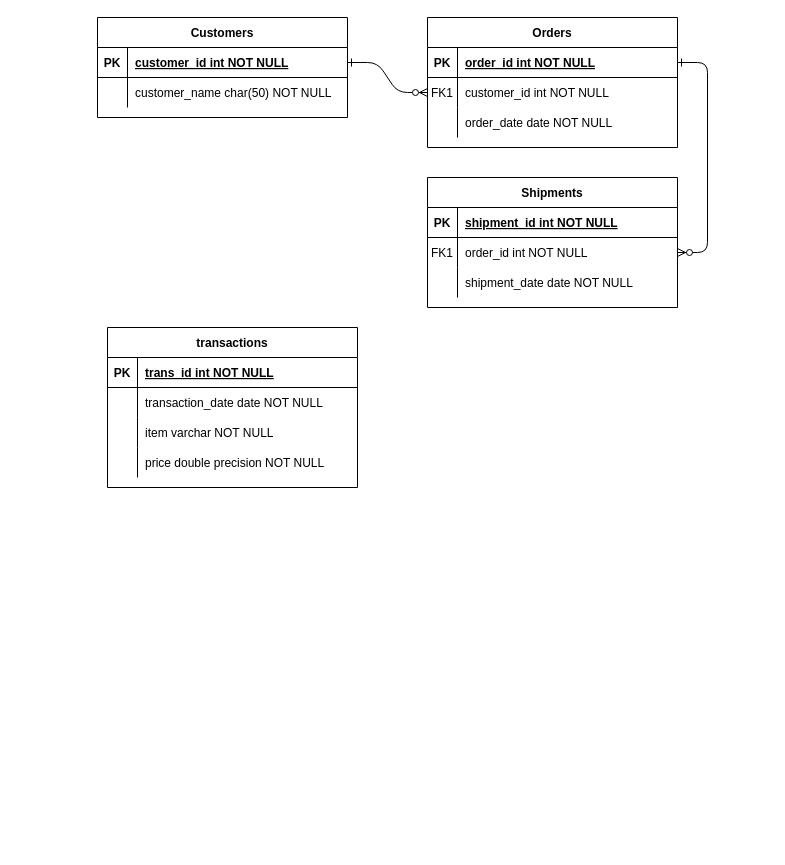
Before: budget_ERD.drawio in L-Bauer/budget-tracker, a draw.io diagram. Source tidied: cells renumbered, new cells numbered last; positions are measured from the earlier drawing's top-left corner, leaving out a move shared by most shapes. Both pictures are drawn from the tidied source at 100%, with x=0, y=0 at pixel (97, 17).
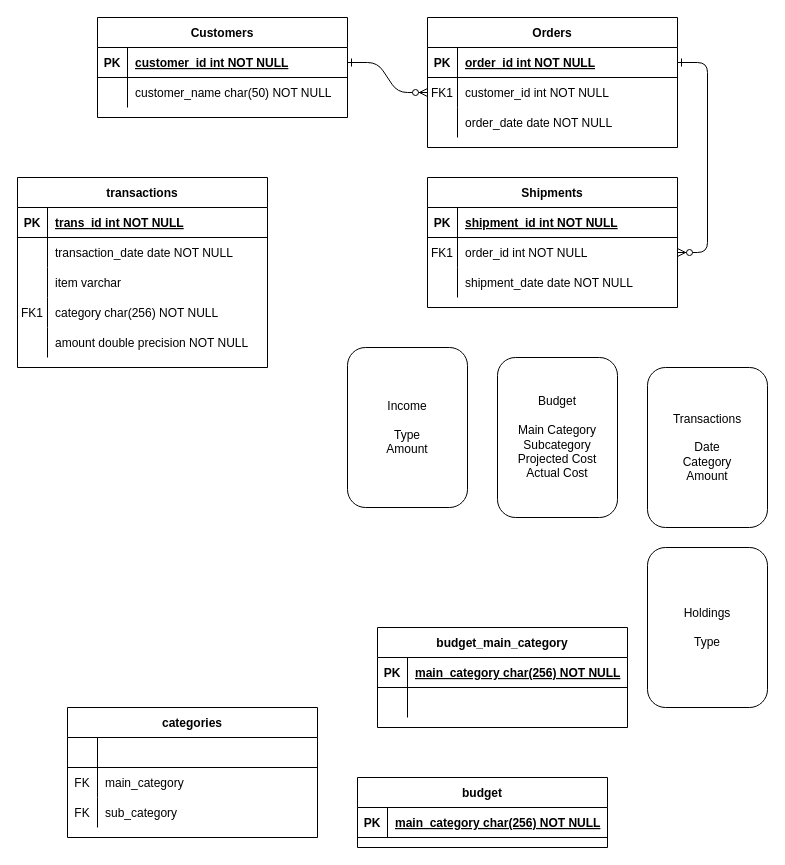
The same page after the edit.

Unchanged cells that the change refers to:
```xml
<mxCell id="38" style="shape=partialRectangle;fillColor=none;top=0;left=0;right=0;bottom=0;" parent="31" vertex="1">
  <mxGeometry y="90" width="250" height="30" as="geometry" />
</mxCell>
```

Diff of the diagram source:
```diff
@@
     <mxCell id="31" value="transactions" style="shape=table;startSize=30;childLayout=tableLayout;rowLines=0;fontStyle=1;align=center;" parent="1" vertex="1">
-      <mxGeometry x="10" y="310" width="250" height="160" as="geometry" />
+      <mxGeometry x="-80" y="160" width="250" height="190" as="geometry" />
     </mxCell>
@@
-    <mxCell id="40" value="item varchar NOT NULL" style="shape=partialRectangle;overflow=hidden;fillColor=none;top=0;left=0;bottom=0;right=0;align=left;spacingLeft=6;" parent="38" vertex="1">
+    <mxCell id="40" value="item varchar " style="shape=partialRectangle;overflow=hidden;fillColor=none;top=0;left=0;bottom=0;right=0;align=left;spacingLeft=6;" parent="38" vertex="1">
       <mxGeometry x="30" width="220" height="30" as="geometry" />
     </mxCell>
+    <mxCell id="44" style="shape=partialRectangle;fillColor=none;top=0;left=0;right=0;bottom=0;" parent="31" vertex="1">
+      <mxGeometry y="120" width="250" height="30" as="geometry" />
+    </mxCell>
+    <mxCell id="45" value="FK1" style="shape=partialRectangle;overflow=hidden;fillColor=none;top=0;left=0;bottom=0;right=0;" parent="44" vertex="1">
+      <mxGeometry width="30" height="30" as="geometry" />
+    </mxCell>
+    <mxCell id="46" value="category char(256) NOT NULL" style="shape=partialRectangle;overflow=hidden;fillColor=none;top=0;left=0;bottom=0;right=0;align=left;spacingLeft=6;" parent="44" vertex="1">
+      <mxGeometry x="30" width="220" height="30" as="geometry" />
+    </mxCell>
     <mxCell id="41" style="shape=partialRectangle;fillColor=none;top=0;left=0;right=0;bottom=0;" parent="31" vertex="1">
-      <mxGeometry y="120" width="250" height="30" as="geometry" />
+      <mxGeometry y="150" width="250" height="30" as="geometry" />
     </mxCell>
@@
-    <mxCell id="43" value="price double precision NOT NULL" style="shape=partialRectangle;overflow=hidden;fillColor=none;top=0;left=0;bottom=0;right=0;align=left;spacingLeft=6;" parent="41" vertex="1">
+    <mxCell id="43" value="amount double precision NOT NULL" style="shape=partialRectangle;overflow=hidden;fillColor=none;top=0;left=0;bottom=0;right=0;align=left;spacingLeft=6;" parent="41" vertex="1">
       <mxGeometry x="30" width="220" height="30" as="geometry" />
     </mxCell>
+    <mxCell id="47" value="Budget&lt;br&gt;&lt;br&gt;Main Category&lt;br&gt;Subcategory&lt;br&gt;Projected Cost&lt;br&gt;Actual Cost" style="rounded=1;whiteSpace=wrap;html=1;" parent="1" vertex="1">
+      <mxGeometry x="400" y="340" width="120" height="160" as="geometry" />
+    </mxCell>
+    <mxCell id="48" value="Income&lt;br&gt;&lt;br&gt;Type&lt;br&gt;Amount" style="rounded=1;whiteSpace=wrap;html=1;" parent="1" vertex="1">
+      <mxGeometry x="250" y="330" width="120" height="160" as="geometry" />
+    </mxCell>
+    <mxCell id="49" value="Transactions&lt;br&gt;&lt;br&gt;Date&lt;br&gt;Category&lt;br&gt;Amount" style="rounded=1;whiteSpace=wrap;html=1;" parent="1" vertex="1">
+      <mxGeometry x="550" y="350" width="120" height="160" as="geometry" />
+    </mxCell>
+    <mxCell id="50" value="Holdings&lt;br&gt;&lt;br&gt;Type" style="rounded=1;whiteSpace=wrap;html=1;" parent="1" vertex="1">
+      <mxGeometry x="550" y="530" width="120" height="160" as="geometry" />
+    </mxCell>
+    <mxCell id="51" value="budget_main_category" style="shape=table;startSize=30;childLayout=tableLayout;rowLines=0;fontStyle=1;align=center;" parent="1" vertex="1">
+      <mxGeometry x="280" y="610" width="250" height="100" as="geometry" />
+    </mxCell>
+    <mxCell id="52" style="shape=partialRectangle;fillColor=none;top=0;left=0;right=0;bottom=1;" parent="51" vertex="1">
+      <mxGeometry y="30" width="250" height="30" as="geometry" />
+    </mxCell>
+    <mxCell id="53" value="PK" style="shape=partialRectangle;overflow=hidden;fillColor=none;top=0;left=0;bottom=0;right=0;fontStyle=1;" parent="52" vertex="1">
+      <mxGeometry width="30" height="30" as="geometry" />
+    </mxCell>
+    <mxCell id="54" value="main_category char(256) NOT NULL" style="shape=partialRectangle;overflow=hidden;fillColor=none;top=0;left=0;bottom=0;right=0;align=left;spacingLeft=6;fontStyle=5;" parent="52" vertex="1">
+      <mxGeometry x="30" width="220" height="30" as="geometry" />
+    </mxCell>
+    <mxCell id="55" style="shape=partialRectangle;fillColor=none;top=0;left=0;right=0;bottom=0;" parent="51" vertex="1">
+      <mxGeometry y="60" width="250" height="30" as="geometry" />
+    </mxCell>
+    <mxCell id="56" style="shape=partialRectangle;overflow=hidden;fillColor=none;top=0;left=0;bottom=0;right=0;fontStyle=1;" parent="55" vertex="1">
+      <mxGeometry width="30" height="30" as="geometry" />
+    </mxCell>
+    <mxCell id="57" style="shape=partialRectangle;overflow=hidden;fillColor=none;top=0;left=0;bottom=0;right=0;align=left;spacingLeft=6;fontStyle=5;" parent="55" vertex="1">
+      <mxGeometry x="30" width="220" height="30" as="geometry" />
+    </mxCell>
+    <mxCell id="58" value="budget" style="shape=table;startSize=30;childLayout=tableLayout;rowLines=0;fontStyle=1;align=center;" parent="1" vertex="1">
+      <mxGeometry x="260" y="760" width="250" height="70" as="geometry" />
+    </mxCell>
+    <mxCell id="59" style="shape=partialRectangle;fillColor=none;top=0;left=0;right=0;bottom=1;" parent="58" vertex="1">
+      <mxGeometry y="30" width="250" height="30" as="geometry" />
+    </mxCell>
+    <mxCell id="60" value="PK" style="shape=partialRectangle;overflow=hidden;fillColor=none;top=0;left=0;bottom=0;right=0;fontStyle=1;" parent="59" vertex="1">
+      <mxGeometry width="30" height="30" as="geometry" />
+    </mxCell>
+    <mxCell id="61" value="main_category char(256) NOT NULL" style="shape=partialRectangle;overflow=hidden;fillColor=none;top=0;left=0;bottom=0;right=0;align=left;spacingLeft=6;fontStyle=5;" parent="59" vertex="1">
+      <mxGeometry x="30" width="220" height="30" as="geometry" />
+    </mxCell>
+    <mxCell id="62" value="categories" style="shape=table;startSize=30;childLayout=tableLayout;rowLines=0;fontStyle=1;align=center;" parent="1" vertex="1">
+      <mxGeometry x="-30" y="690" width="250" height="130" as="geometry" />
+    </mxCell>
+    <mxCell id="63" style="shape=partialRectangle;fillColor=none;top=0;left=0;right=0;bottom=1;" parent="62" vertex="1">
+      <mxGeometry y="30" width="250" height="30" as="geometry" />
+    </mxCell>
+    <mxCell id="64" style="shape=partialRectangle;overflow=hidden;fillColor=none;top=0;left=0;bottom=0;right=0;fontStyle=1;" parent="63" vertex="1">
+      <mxGeometry width="30" height="30" as="geometry" />
+    </mxCell>
+    <mxCell id="65" style="shape=partialRectangle;overflow=hidden;fillColor=none;top=0;left=0;bottom=0;right=0;align=left;spacingLeft=6;fontStyle=5;" parent="63" vertex="1">
+      <mxGeometry x="30" width="220" height="30" as="geometry" />
+    </mxCell>
+    <mxCell id="66" style="shape=partialRectangle;fillColor=none;top=0;left=0;right=0;bottom=0;" parent="62" vertex="1">
+      <mxGeometry y="60" width="250" height="30" as="geometry" />
+    </mxCell>
+    <mxCell id="67" value="FK" style="shape=partialRectangle;overflow=hidden;fillColor=none;top=0;left=0;bottom=0;right=0;fontStyle=0;" parent="66" vertex="1">
+      <mxGeometry width="30" height="30" as="geometry" />
+    </mxCell>
+    <mxCell id="68" value="main_category" style="shape=partialRectangle;overflow=hidden;fillColor=none;top=0;left=0;bottom=0;right=0;align=left;spacingLeft=6;fontStyle=0;" parent="66" vertex="1">
+      <mxGeometry x="30" width="220" height="30" as="geometry" />
+    </mxCell>
+    <mxCell id="69" style="shape=partialRectangle;fillColor=none;top=0;left=0;right=0;bottom=0;fontStyle=1;" parent="62" vertex="1">
+      <mxGeometry y="90" width="250" height="30" as="geometry" />
+    </mxCell>
+    <mxCell id="70" value="FK" style="shape=partialRectangle;overflow=hidden;fillColor=none;top=0;left=0;bottom=0;right=0;fontStyle=0;" parent="69" vertex="1">
+      <mxGeometry width="30" height="30" as="geometry" />
+    </mxCell>
+    <mxCell id="71" value="sub_category" style="shape=partialRectangle;overflow=hidden;fillColor=none;top=0;left=0;bottom=0;right=0;align=left;spacingLeft=6;fontStyle=0;" parent="69" vertex="1">
+      <mxGeometry x="30" width="220" height="30" as="geometry" />
+    </mxCell>
```
